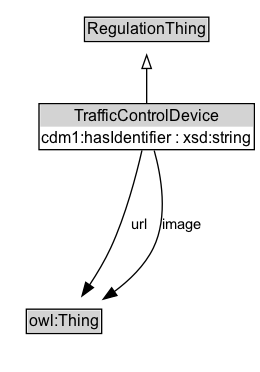
Before: docs/diagrams/TrafficControlDevice.dot.png, a diagram exported from Graphviz (k-vaughn/ontology-its-regulation). Its source is kept beside it as docs/diagrams/TrafficControlDevice.dot.
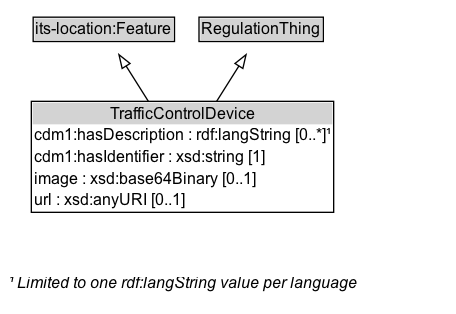
The same diagram one commit later.

Diff of the diagram source:
```diff
@@ -4,21 +4,19 @@
 	edge [fontname=Arial fontsize=11]
 	{
 		rank=source
+		"its-location_Feature" [label=<<TABLE BORDER="1" CELLBORDER="0" CELLSPACING="0" CELLPADDING="1"><TR><TD BGCOLOR="lightgray" ALIGN="CENTER">its-location:Feature</TD></TR></TABLE>> URL="https://w3id.org/itsdata/location/v1/Feature" margin=0]
 		RegulationThing [label=<<TABLE BORDER="1" CELLBORDER="0" CELLSPACING="0" CELLPADDING="1"><TR><TD BGCOLOR="lightgray" ALIGN="CENTER">RegulationThing</TD></TR></TABLE>> URL="../RegulationThing" margin=0]
 	}
-	TrafficControlDevice [label=<<TABLE BORDER="1" CELLBORDER="0" CELLSPACING="0" CELLPADDING="1"><TR><TD BGCOLOR="lightgray" ALIGN="CENTER">TrafficControlDevice</TD></TR><TR><TD ALIGN="LEFT">cdm1:hasIdentifier : xsd:string</TD></TR></TABLE>> URL="../TrafficControlDevice" margin=0]
+	TrafficControlDevice [label=<<TABLE BORDER="1" CELLBORDER="0" CELLSPACING="0" CELLPADDING="1"><TR><TD BGCOLOR="lightgray" ALIGN="CENTER">TrafficControlDevice</TD></TR><TR><TD ALIGN="LEFT">cdm1:hasDescription : rdf:langString [0..*]¹</TD></TR><TR><TD ALIGN="LEFT">cdm1:hasIdentifier : xsd:string [1]</TD></TR><TR><TD ALIGN="LEFT">image : xsd:base64Binary [0..1]</TD></TR><TR><TD ALIGN="LEFT">url : xsd:anyURI [0..1]</TD></TR></TABLE>> URL="../TrafficControlDevice" margin=0]
 	{
 		rank=max
 	}
 	subgraph cluster_associated {
 		label="" style=invis
 		Invis [label=<<TABLE BORDER="0" CELLBORDER="0" CELLSPACING="0" CELLPADDING="1"><TR><TD></TD></TR></TABLE>> margin=0 style=invis]
-		owl_Thing [label=<<TABLE BORDER="1" CELLBORDER="0" CELLSPACING="0" CELLPADDING="1"><TR><TD BGCOLOR="lightgray" ALIGN="CENTER">owl:Thing</TD></TR></TABLE>> URL="https://w3id.org/citydata/imported/owl/latest/Thing" margin=0]
 	}
+	TrafficControlDevice -> "its-location_Feature" [arrowhead=onormal style=solid]
 	TrafficControlDevice -> RegulationThing [arrowhead=onormal style=solid]
-	TrafficControlDevice -> Invis [style=invis]
-	Invis -> owl_Thing [style=invis]
-	owl_Thing [label=<<TABLE BORDER="1" CELLBORDER="0" CELLSPACING="0" CELLPADDING="1"><TR><TD BGCOLOR="lightgray" ALIGN="CENTER">owl:Thing</TD></TR></TABLE>> URL="https://w3id.org/citydata/imported/owl/latest/Thing" margin=0]
-	TrafficControlDevice -> owl_Thing [label=url arrowhead=normal style=solid]
-	TrafficControlDevice -> owl_Thing [label=image arrowhead=normal style=solid]
+	TrafficControlDevice_uniqueLang_note [label=<<TABLE BORDER="0" CELLBORDER="0" CELLSPACING="0" CELLPADDING="2"><TR><TD ALIGN="LEFT"><I>¹ Limited to one rdf:langString value per language</I></TD></TR></TABLE>> margin=0]
+	TrafficControlDevice -> TrafficControlDevice_uniqueLang_note [style=invis]
 }
```
